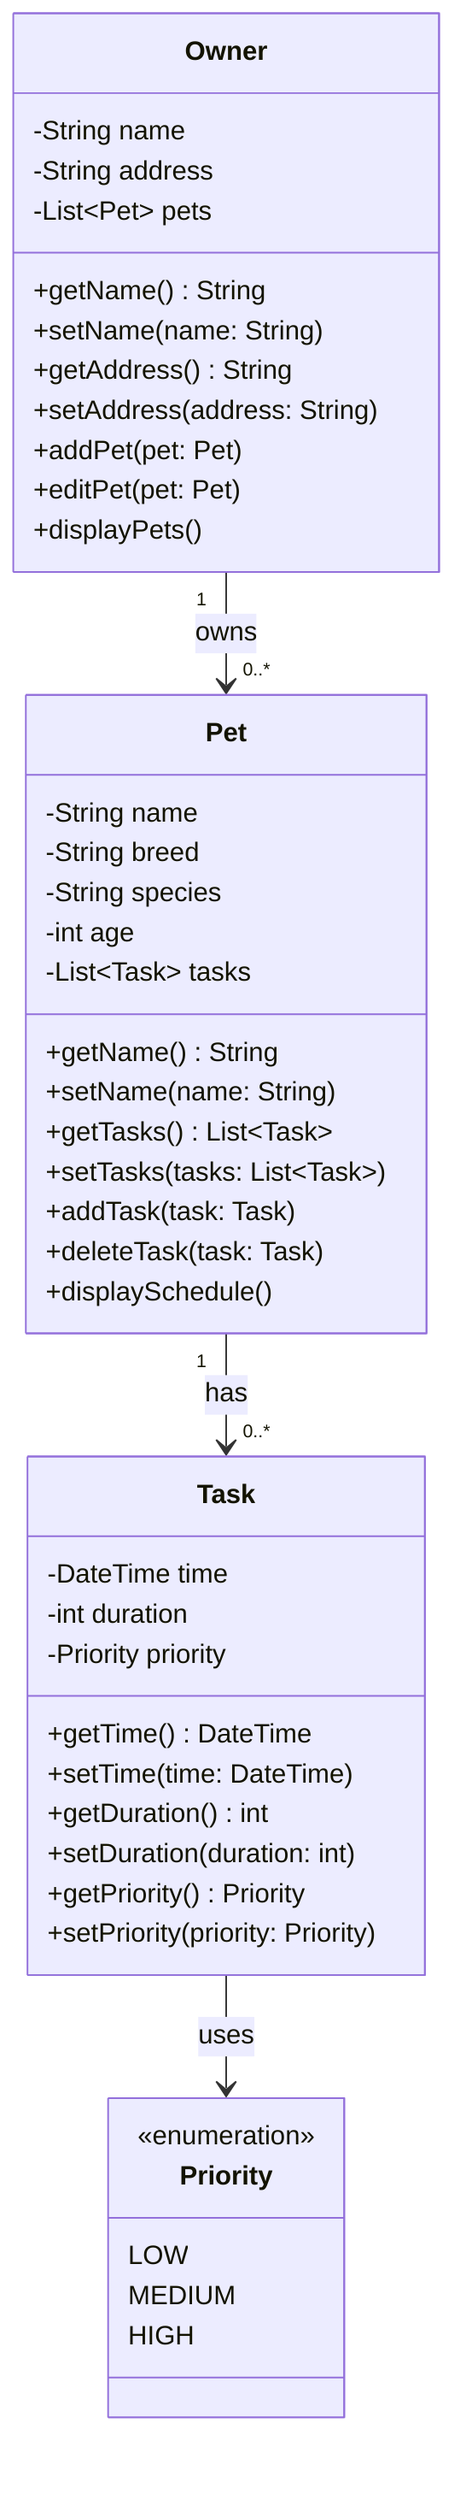
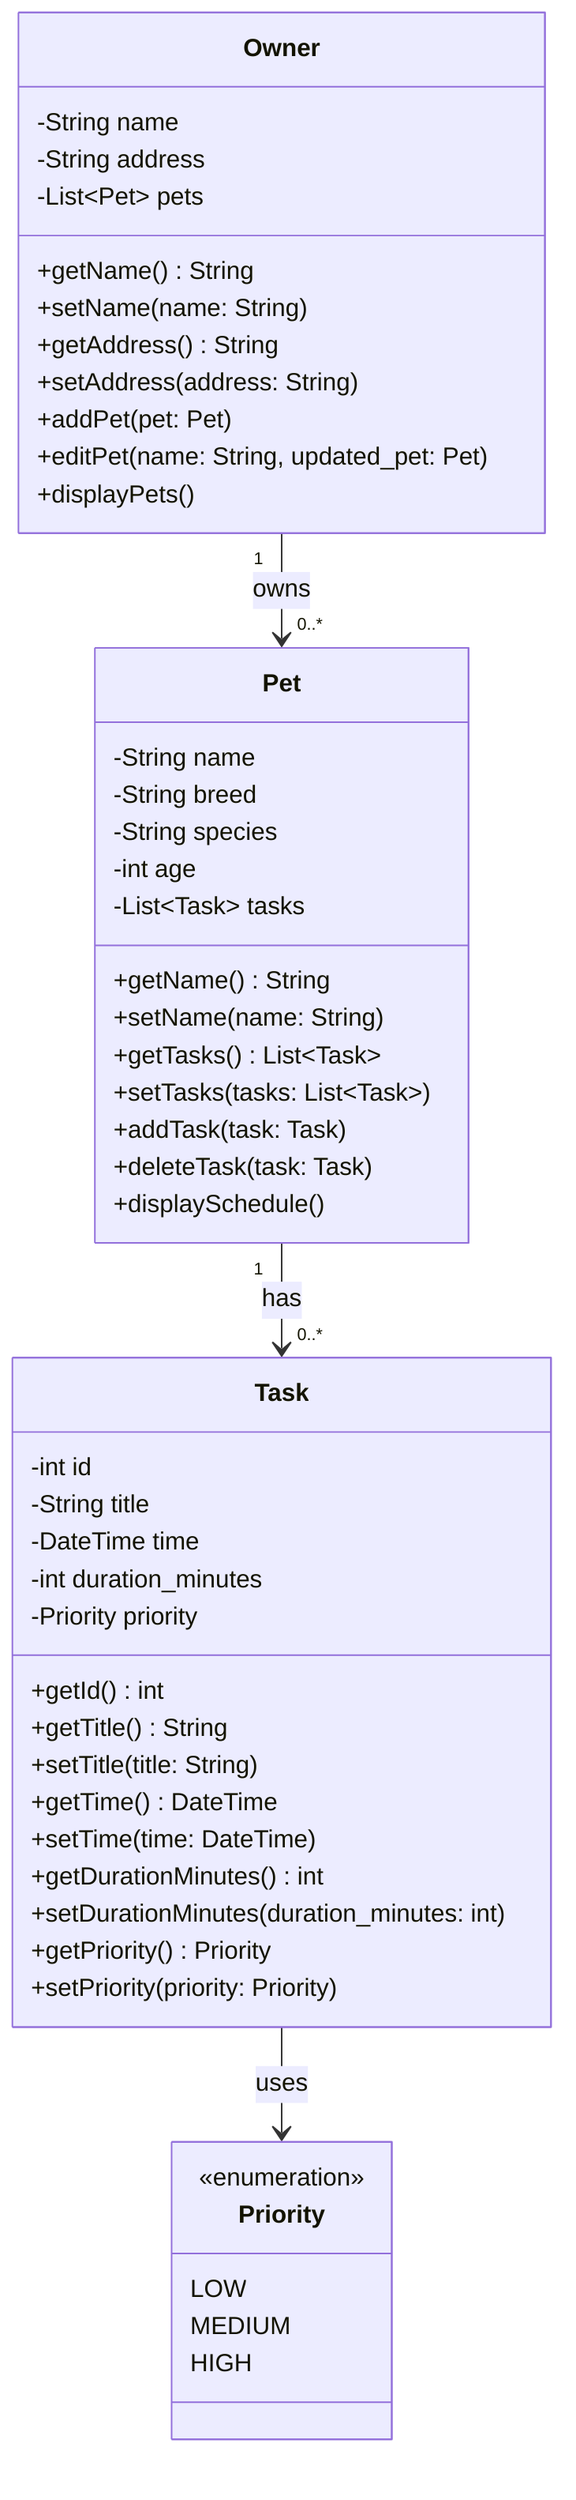
classDiagram
    class Pet {
        -String name
        -String breed
        -String species
        -int age
        -List~Task~ tasks
        +getName() String
        +setName(name: String)
        +getTasks() List~Task~
        +setTasks(tasks: List~Task~)
        +addTask(task: Task)
        +deleteTask(task: Task)
        +displaySchedule()
    }

    class Owner {
        -String name
        -String address
        -List~Pet~ pets
        +getName() String
        +setName(name: String)
        +getAddress() String
        +setAddress(address: String)
        +addPet(pet: Pet)
-         +editPet(pet: Pet)
+         +editPet(name: String, updated_pet: Pet)
        +displayPets()
    }

    class Task {
+         -int id
+         -String title
        -DateTime time
-         -int duration
+         -int duration_minutes
        -Priority priority
+         +getId() int
+         +getTitle() String
+         +setTitle(title: String)
        +getTime() DateTime
        +setTime(time: DateTime)
-         +getDuration() int
-         +setDuration(duration: int)
+         +getDurationMinutes() int
+         +setDurationMinutes(duration_minutes: int)
        +getPriority() Priority
        +setPriority(priority: Priority)
    }

    class Priority {
        <<enumeration>>
        LOW
        MEDIUM
        HIGH
    }

    Owner "1" --> "0..*" Pet : owns
    Pet "1" --> "0..*" Task : has
    Task --> Priority : uses
